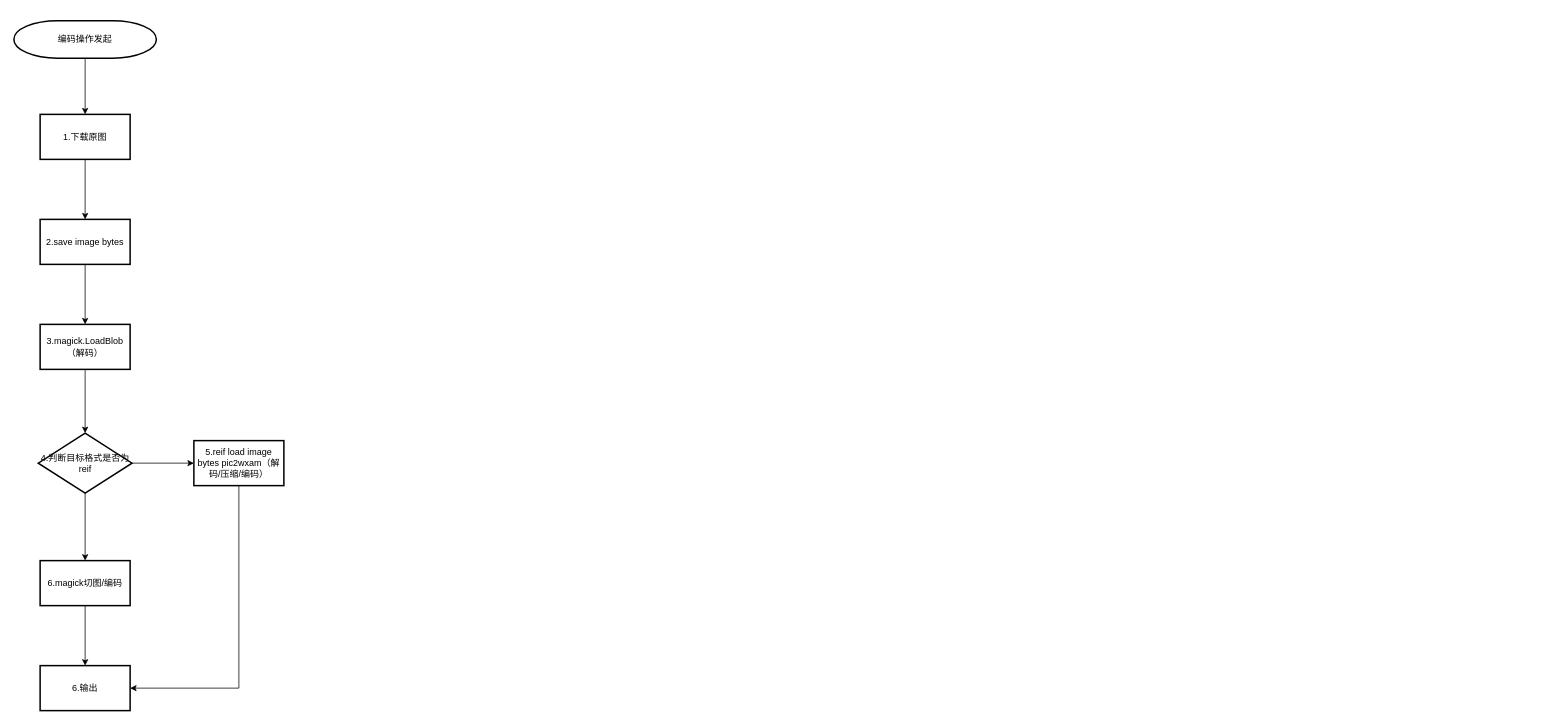
This is desgin/未命名绘图.drawio from yueyangtian/draw, a draw.io file, before an edit. Source tidied: cells renumbered, new cells numbered last; positions are measured from the earlier drawing's top-left corner, leaving out a move shared by most shapes. Both pictures are drawn from the tidied source at 75%, with x=0, y=0 at pixel (14, 20).
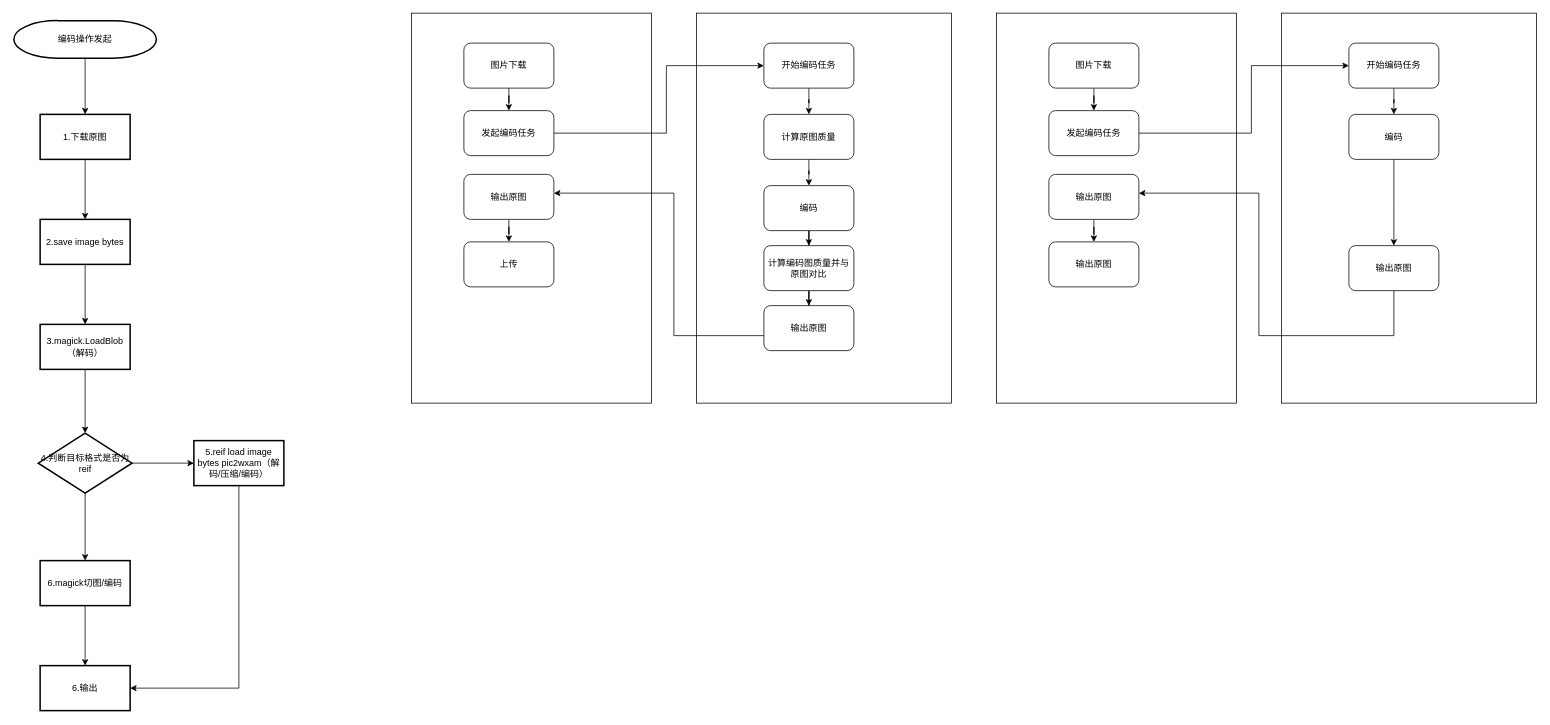
After the change.

Commit message:
更新未命名绘图.drawio

Diff of the diagram source:
```diff
@@
+    <mxCell id="18" style="rounded=0;whiteSpace=wrap;html=1;" parent="1" vertex="1">
+      <mxGeometry x="910" y="-10" width="340" height="520" as="geometry" />
+    </mxCell>
+    <mxCell id="19" style="rounded=0;whiteSpace=wrap;html=1;" parent="1" vertex="1">
+      <mxGeometry x="530" y="-10" width="320" height="520" as="geometry" />
+    </mxCell>
+    <mxCell id="20" style="edgeStyle=orthogonalEdgeStyle;rounded=0;jettySize=auto;html=1;" parent="1" edge="1" source="21" target="23">
+      <mxGeometry relative="1" as="geometry" />
+    </mxCell>
+    <mxCell id="21" value="图片下载" style="rounded=1;whiteSpace=wrap;html=1;" parent="1" vertex="1">
+      <mxGeometry x="600" y="30" width="120" height="60" as="geometry" />
+    </mxCell>
+    <mxCell id="22" style="edgeStyle=orthogonalEdgeStyle;rounded=0;jettySize=auto;html=1;" parent="1" edge="1" source="23" target="25">
+      <mxGeometry relative="1" as="geometry">
+        <Array as="points">
+          <mxPoint x="870" y="150" />
+          <mxPoint x="870" y="60" />
+        </Array>
+      </mxGeometry>
+    </mxCell>
+    <mxCell id="23" value="发起编码任务" style="rounded=1;whiteSpace=wrap;html=1;" parent="1" vertex="1">
+      <mxGeometry x="600" y="120" width="120" height="60" as="geometry" />
+    </mxCell>
+    <mxCell id="24" style="edgeStyle=orthogonalEdgeStyle;rounded=0;jettySize=auto;html=1;" parent="1" edge="1" source="25" target="27">
+      <mxGeometry relative="1" as="geometry" />
+    </mxCell>
+    <mxCell id="25" value="开始编码任务" style="whiteSpace=wrap;html=1;rounded=1;" parent="1" vertex="1">
+      <mxGeometry x="1000" y="30" width="120" height="60" as="geometry" />
+    </mxCell>
+    <mxCell id="26" style="edgeStyle=orthogonalEdgeStyle;rounded=0;jettySize=auto;html=1;" parent="1" edge="1" source="27" target="29">
+      <mxGeometry relative="1" as="geometry" />
+    </mxCell>
+    <mxCell id="27" value="计算原图质量" style="whiteSpace=wrap;html=1;rounded=1;" parent="1" vertex="1">
+      <mxGeometry x="1000" y="125" width="120" height="60" as="geometry" />
+    </mxCell>
+    <mxCell id="28" style="edgeStyle=orthogonalEdgeStyle;rounded=0;jettySize=auto;html=1;" parent="1" edge="1" source="29" target="31">
+      <mxGeometry relative="1" as="geometry" />
+    </mxCell>
+    <mxCell id="29" value="编码" style="whiteSpace=wrap;html=1;rounded=1;" parent="1" vertex="1">
+      <mxGeometry x="1000" y="220" width="120" height="60" as="geometry" />
+    </mxCell>
+    <mxCell id="30" style="edgeStyle=orthogonalEdgeStyle;rounded=0;jettySize=auto;html=1;" parent="1" edge="1" source="31" target="33">
+      <mxGeometry relative="1" as="geometry" />
+    </mxCell>
+    <mxCell id="31" value="计算编码图质量并与原图对比" style="whiteSpace=wrap;html=1;rounded=1;" parent="1" vertex="1">
+      <mxGeometry x="1000" y="300" width="120" height="60" as="geometry" />
+    </mxCell>
+    <mxCell id="32" style="edgeStyle=orthogonalEdgeStyle;rounded=0;jettySize=auto;html=1;" parent="1" edge="1" source="33" target="35">
+      <mxGeometry relative="1" as="geometry">
+        <Array as="points">
+          <mxPoint x="880" y="420" />
+          <mxPoint x="880" y="230" />
+        </Array>
+      </mxGeometry>
+    </mxCell>
+    <mxCell id="33" value="输出原图" style="whiteSpace=wrap;html=1;rounded=1;" parent="1" vertex="1">
+      <mxGeometry x="1000" y="380" width="120" height="60" as="geometry" />
+    </mxCell>
+    <mxCell id="34" style="edgeStyle=orthogonalEdgeStyle;rounded=0;jettySize=auto;html=1;" parent="1" edge="1" source="35" target="36">
+      <mxGeometry relative="1" as="geometry" />
+    </mxCell>
+    <mxCell id="35" value="输出原图" style="whiteSpace=wrap;html=1;rounded=1;" parent="1" vertex="1">
+      <mxGeometry x="600" y="205" width="120" height="60" as="geometry" />
+    </mxCell>
+    <mxCell id="36" value="上传" style="whiteSpace=wrap;html=1;rounded=1;" parent="1" vertex="1">
+      <mxGeometry x="600" y="295" width="120" height="60" as="geometry" />
+    </mxCell>
+    <mxCell id="37" style="rounded=0;whiteSpace=wrap;html=1;" parent="1" vertex="1">
+      <mxGeometry x="1690" y="-10" width="340" height="520" as="geometry" />
+    </mxCell>
+    <mxCell id="38" style="rounded=0;whiteSpace=wrap;html=1;" parent="1" vertex="1">
+      <mxGeometry x="1310" y="-10" width="320" height="520" as="geometry" />
+    </mxCell>
+    <mxCell id="39" style="edgeStyle=orthogonalEdgeStyle;rounded=0;jettySize=auto;html=1;" parent="1" edge="1" source="40" target="42">
+      <mxGeometry relative="1" as="geometry" />
+    </mxCell>
+    <mxCell id="40" value="图片下载" style="rounded=1;whiteSpace=wrap;html=1;" parent="1" vertex="1">
+      <mxGeometry x="1380" y="30" width="120" height="60" as="geometry" />
+    </mxCell>
+    <mxCell id="41" style="edgeStyle=orthogonalEdgeStyle;rounded=0;jettySize=auto;html=1;" parent="1" edge="1" source="42" target="44">
+      <mxGeometry relative="1" as="geometry">
+        <Array as="points">
+          <mxPoint x="1650" y="150" />
+          <mxPoint x="1650" y="60" />
+        </Array>
+      </mxGeometry>
+    </mxCell>
+    <mxCell id="42" value="发起编码任务" style="rounded=1;whiteSpace=wrap;html=1;" parent="1" vertex="1">
+      <mxGeometry x="1380" y="120" width="120" height="60" as="geometry" />
+    </mxCell>
+    <mxCell id="43" style="edgeStyle=orthogonalEdgeStyle;rounded=0;jettySize=auto;html=1;" parent="1" edge="1" source="44" target="46">
+      <mxGeometry relative="1" as="geometry" />
+    </mxCell>
+    <mxCell id="44" value="开始编码任务" style="whiteSpace=wrap;html=1;rounded=1;" parent="1" vertex="1">
+      <mxGeometry x="1780" y="30" width="120" height="60" as="geometry" />
+    </mxCell>
+    <mxCell id="45" style="edgeStyle=orthogonalEdgeStyle;rounded=0;jettySize=auto;html=1;" parent="1" edge="1" source="46">
+      <mxGeometry relative="1" as="geometry">
+        <mxPoint x="1840" y="300" as="targetPoint" />
+      </mxGeometry>
+    </mxCell>
+    <mxCell id="46" value="编码" style="whiteSpace=wrap;html=1;rounded=1;" parent="1" vertex="1">
+      <mxGeometry x="1780" y="125" width="120" height="60" as="geometry" />
+    </mxCell>
+    <mxCell id="47" style="edgeStyle=orthogonalEdgeStyle;rounded=0;jettySize=auto;html=1;" parent="1" edge="1" source="48" target="50">
+      <mxGeometry relative="1" as="geometry">
+        <Array as="points">
+          <mxPoint x="1660" y="420" />
+          <mxPoint x="1660" y="230" />
+        </Array>
+      </mxGeometry>
+    </mxCell>
+    <mxCell id="48" value="输出原图" style="whiteSpace=wrap;html=1;rounded=1;" parent="1" vertex="1">
+      <mxGeometry x="1780" y="300" width="120" height="60" as="geometry" />
+    </mxCell>
+    <mxCell id="49" style="edgeStyle=orthogonalEdgeStyle;rounded=0;jettySize=auto;html=1;" parent="1" edge="1" source="50" target="51">
+      <mxGeometry relative="1" as="geometry" />
+    </mxCell>
+    <mxCell id="50" value="输出原图" style="whiteSpace=wrap;html=1;rounded=1;" parent="1" vertex="1">
+      <mxGeometry x="1380" y="205" width="120" height="60" as="geometry" />
+    </mxCell>
+    <mxCell id="51" value="输出原图" style="whiteSpace=wrap;html=1;rounded=1;" parent="1" vertex="1">
+      <mxGeometry x="1380" y="295" width="120" height="60" as="geometry" />
+    </mxCell>
```
